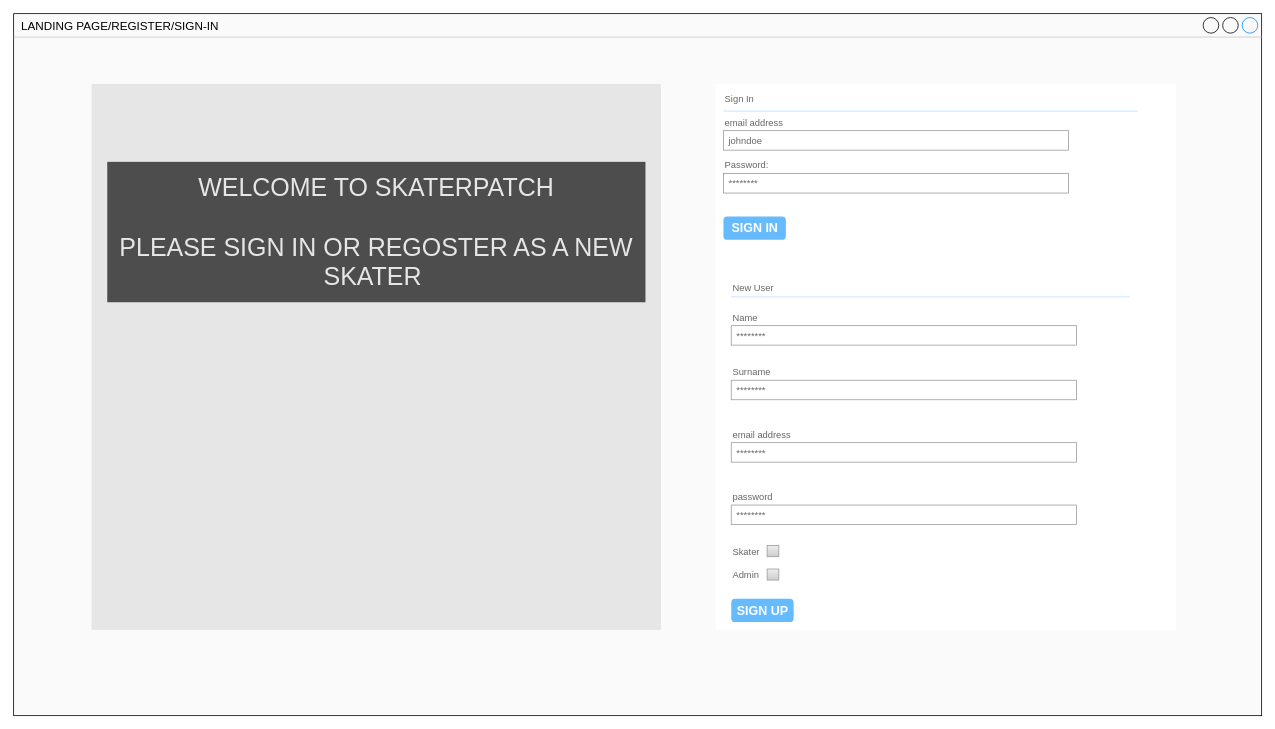
The draw.io diagram page "SKATER SIGN IN DESKTOP" (1 of 15) of SkaterPatchTimeApp.drawio in neilbenjamin/SkaterPatchTime, before the edit. Source tidied: cells renumbered, new cells numbered last; positions are measured from the earlier drawing's top-left corner, leaving out a move shared by most shapes. Both pictures are drawn from the tidied source at 78%, with x=0, y=0 at pixel (13, 13).
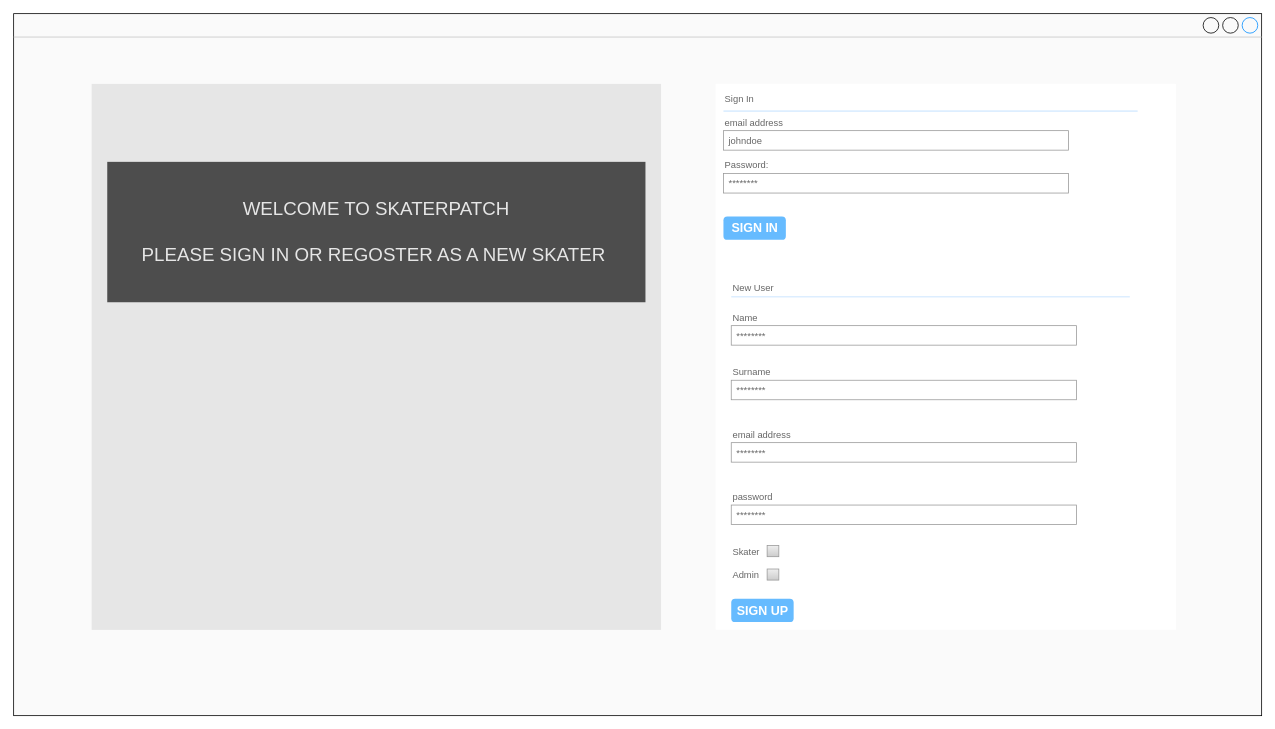
Above is the later version.

The edit, as a diff of the source:
```diff
@@
-    <mxCell id="2" value="LANDING PAGE/REGISTER/SIGN-IN" style="strokeWidth=1;shadow=0;dashed=0;align=center;html=1;shape=mxgraph.mockup.containers.window;align=left;verticalAlign=top;spacingLeft=8;strokeColor2=#008cff;strokeColor3=#c4c4c4;mainText=;fontSize=15;labelBackgroundColor=none;whiteSpace=wrap;fillColor=#FAFAFA;" parent="1" vertex="1">
+    <mxCell id="2" style="strokeWidth=1;shadow=0;dashed=0;align=center;html=1;shape=mxgraph.mockup.containers.window;align=left;verticalAlign=top;spacingLeft=8;strokeColor2=#008cff;strokeColor3=#c4c4c4;mainText=;fontSize=15;labelBackgroundColor=none;whiteSpace=wrap;fillColor=#FAFAFA;" parent="1" vertex="1">
       <mxGeometry width="1600" height="900" as="geometry" />
     </mxCell>
@@
-    <mxCell id="4" value="&lt;font style=&quot;font-size: 32px;&quot;&gt;WELCOME TO SKATERPATCH&lt;br&gt;&lt;br&gt;PLEASE SIGN IN OR REGOSTER AS A NEW SKATER&amp;nbsp;&lt;/font&gt;" style="whiteSpace=wrap;html=1;strokeColor=none;fontColor=#E6E6E6;fillColor=#4D4D4D;" parent="1" vertex="1">
+    <mxCell id="4" value="&lt;font style=&quot;font-size: 24px;&quot;&gt;WELCOME TO SKATERPATCH&lt;br&gt;&lt;br&gt;PLEASE SIGN IN OR REGOSTER AS A NEW SKATER&amp;nbsp;&lt;/font&gt;" style="whiteSpace=wrap;html=1;strokeColor=none;fontColor=#E6E6E6;fillColor=#4D4D4D;" parent="1" vertex="1">
       <mxGeometry x="120" y="190" width="690" height="180" as="geometry" />
     </mxCell>
```
